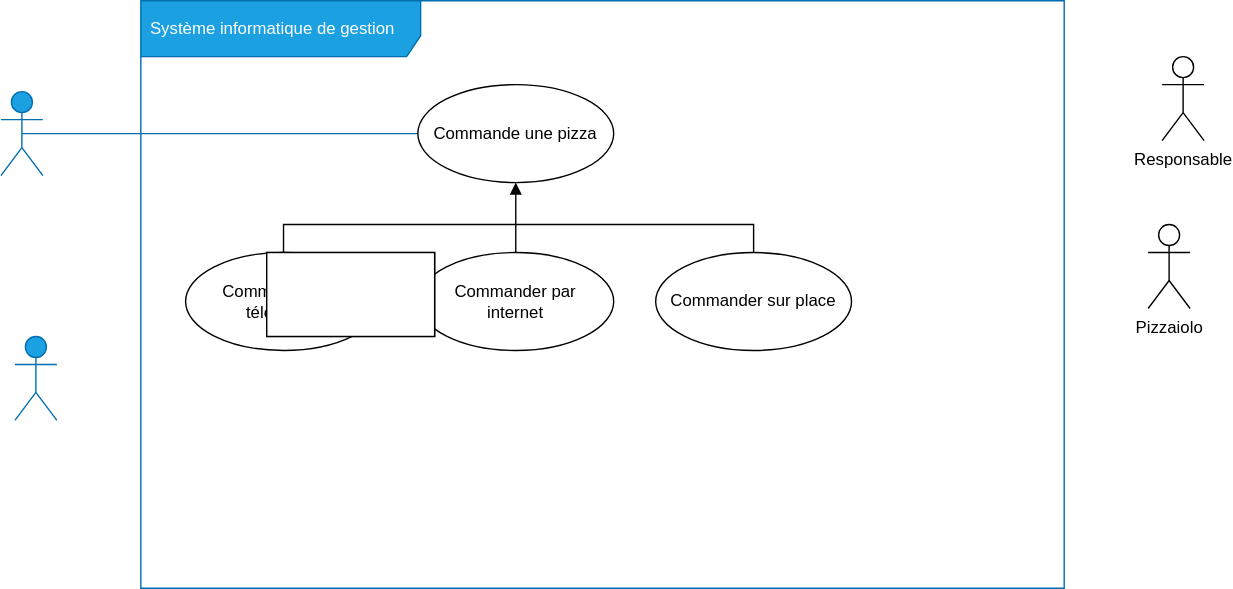
The draw.io diagram img/use-case-diagram.svg in centvingt/OCPizzaRedaction, before a commit. Source tidied: cells renumbered, new cells last; positions are measured from the earlier drawing's top-left corner, leaving out a move shared by most shapes.
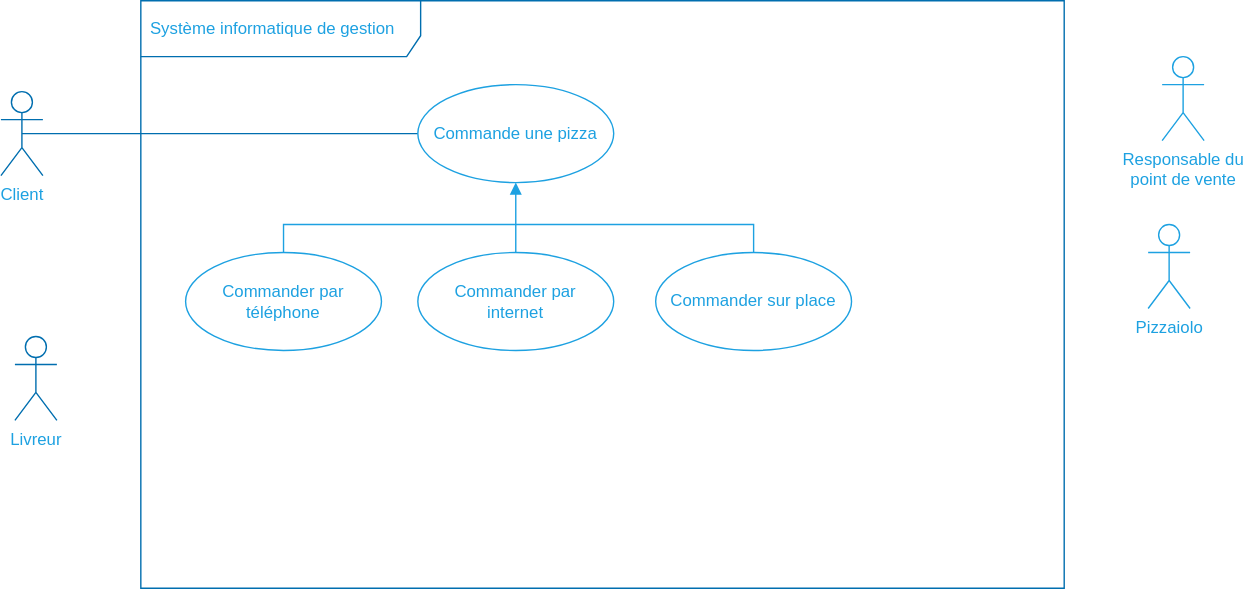
Later version of the same file.

Commit message:
Renommage des fichiers

Diff of the diagram source:
```diff
@@ -2,37 +2,37 @@
   <root>
     <mxCell id="0" />
     <mxCell id="1" parent="0" />
-    <mxCell id="2" value="Système informatique de gestion" style="shape=umlFrame;whiteSpace=wrap;html=1;width=200;height=40;boundedLbl=1;verticalAlign=middle;align=left;spacingLeft=5;fillColor=#1ba1e2;strokeColor=#006EAF;fontColor=#ffffff;" parent="1" vertex="1">
+    <mxCell id="2" value="&lt;font color=&quot;#1da1e1&quot;&gt;Système informatique de gestion&lt;/font&gt;" style="shape=umlFrame;whiteSpace=wrap;html=1;width=200;height=40;boundedLbl=1;verticalAlign=middle;align=left;spacingLeft=5;strokeColor=#006EAF;fontColor=#ffffff;fillColor=none;" parent="1" vertex="1">
       <mxGeometry x="100" width="660" height="420" as="geometry" />
     </mxCell>
-    <mxCell id="3" value="Responsable" style="shape=umlActor;verticalLabelPosition=bottom;verticalAlign=top;html=1;" parent="1" vertex="1">
+    <mxCell id="3" value="&lt;font color=&quot;#1da1e1&quot;&gt;Responsable du &lt;br&gt;point de vente&lt;br&gt;&lt;/font&gt;" style="shape=umlActor;verticalLabelPosition=bottom;verticalAlign=top;html=1;strokeColor=#1DA1E1;fillColor=none;" parent="1" vertex="1">
       <mxGeometry x="830" y="40" width="30" height="60" as="geometry" />
     </mxCell>
-    <mxCell id="4" value="Pizzaiolo" style="shape=umlActor;verticalLabelPosition=bottom;verticalAlign=top;html=1;" parent="1" vertex="1">
+    <mxCell id="4" value="&lt;font color=&quot;#1da1e1&quot;&gt;Pizzaiolo&lt;/font&gt;" style="shape=umlActor;verticalLabelPosition=bottom;verticalAlign=top;html=1;strokeColor=#1DA1E1;fillColor=none;" parent="1" vertex="1">
       <mxGeometry x="820" y="160" width="30" height="60" as="geometry" />
     </mxCell>
-    <mxCell id="5" value="Livreur" style="shape=umlActor;verticalLabelPosition=bottom;verticalAlign=top;html=1;fillColor=#1ba1e2;strokeColor=#006EAF;fontColor=#ffffff;" parent="1" vertex="1">
+    <mxCell id="5" value="&lt;font color=&quot;#1da1e1&quot;&gt;Livreur&lt;/font&gt;" style="shape=umlActor;verticalLabelPosition=bottom;verticalAlign=top;html=1;strokeColor=#006EAF;fontColor=#ffffff;fillColor=none;" parent="1" vertex="1">
       <mxGeometry x="10" y="240" width="30" height="60" as="geometry" />
     </mxCell>
     <mxCell id="6" style="edgeStyle=orthogonalEdgeStyle;rounded=0;jettySize=auto;html=1;exitX=0.5;exitY=0.5;exitDx=0;exitDy=0;exitPerimeter=0;endArrow=none;endFill=0;fillColor=#1ba1e2;strokeColor=#006EAF;" parent="1" edge="1" source="7" target="8">
       <mxGeometry relative="1" as="geometry" />
     </mxCell>
-    <mxCell id="7" value="Client" style="shape=umlActor;verticalLabelPosition=bottom;verticalAlign=top;html=1;fillColor=#1ba1e2;strokeColor=#006EAF;fontColor=#ffffff;" parent="1" vertex="1">
+    <mxCell id="7" value="&lt;font color=&quot;#1da1e1&quot;&gt;Client&lt;/font&gt;" style="shape=umlActor;verticalLabelPosition=bottom;verticalAlign=top;html=1;strokeColor=#006EAF;fontColor=#ffffff;fillColor=none;" parent="1" vertex="1">
       <mxGeometry y="65" width="30" height="60" as="geometry" />
     </mxCell>
-    <mxCell id="8" value="Commande une pizza" style="ellipse;whiteSpace=wrap;html=1;fillColor=none;" parent="1" vertex="1">
+    <mxCell id="8" value="&lt;font color=&quot;#1da1e1&quot;&gt;Commande une pizza&lt;/font&gt;" style="ellipse;whiteSpace=wrap;html=1;fillColor=none;strokeColor=#1DA1E1;" parent="1" vertex="1">
       <mxGeometry x="298" y="60" width="140" height="70" as="geometry" />
     </mxCell>
-    <mxCell id="9" value="Commander par téléphone" style="ellipse;whiteSpace=wrap;html=1;" parent="1" vertex="1">
+    <mxCell id="9" value="&lt;font color=&quot;#1da1e1&quot;&gt;Commander par téléphone&lt;/font&gt;" style="ellipse;whiteSpace=wrap;html=1;fillColor=none;strokeColor=#1DA1E1;" parent="1" vertex="1">
       <mxGeometry x="132" y="180" width="140" height="70" as="geometry" />
     </mxCell>
-    <mxCell id="10" style="edgeStyle=orthogonalEdgeStyle;rounded=0;jettySize=auto;html=1;endArrow=block;endFill=1;" parent="1" edge="1" source="11" target="8">
+    <mxCell id="10" style="edgeStyle=orthogonalEdgeStyle;rounded=0;jettySize=auto;html=1;endArrow=block;endFill=1;strokeColor=#1DA1E1;" parent="1" edge="1" source="11" target="8">
       <mxGeometry relative="1" as="geometry" />
     </mxCell>
-    <mxCell id="11" value="Commander par &lt;br&gt;internet" style="ellipse;whiteSpace=wrap;html=1;" parent="1" vertex="1">
+    <mxCell id="11" value="&lt;font color=&quot;#1da1e1&quot;&gt;Commander par &lt;br&gt;internet&lt;/font&gt;" style="ellipse;whiteSpace=wrap;html=1;fillColor=none;strokeColor=#1DA1E1;" parent="1" vertex="1">
       <mxGeometry x="298" y="180" width="140" height="70" as="geometry" />
     </mxCell>
-    <mxCell id="12" style="edgeStyle=orthogonalEdgeStyle;rounded=0;jettySize=auto;html=1;endArrow=none;endFill=0;" parent="1" edge="1" source="13" target="9">
+    <mxCell id="12" style="edgeStyle=orthogonalEdgeStyle;rounded=0;jettySize=auto;html=1;endArrow=none;endFill=0;strokeColor=#1DA1E1;" parent="1" edge="1" source="13" target="9">
       <mxGeometry relative="1" as="geometry">
         <Array as="points">
           <mxPoint x="538" y="160" />
@@ -40,14 +40,8 @@
         </Array>
       </mxGeometry>
     </mxCell>
-    <mxCell id="13" value="Commander sur place" style="ellipse;whiteSpace=wrap;html=1;" parent="1" vertex="1">
+    <mxCell id="13" value="&lt;font color=&quot;#1da1e1&quot;&gt;Commander sur place&lt;/font&gt;" style="ellipse;whiteSpace=wrap;html=1;fillColor=none;strokeColor=#1DA1E1;" parent="1" vertex="1">
       <mxGeometry x="468" y="180" width="140" height="70" as="geometry" />
     </mxCell>
-    <mxCell id="14" style="rounded=0;whiteSpace=wrap;html=1;" parent="1" vertex="1">
-      <mxGeometry x="190" y="180" width="120" height="60" as="geometry" />
-    </mxCell>
-    <mxCell id="15" style="rounded=0;whiteSpace=wrap;html=1;" parent="1" vertex="1">
-      <mxGeometry x="190" y="180" width="120" height="60" as="geometry" />
-    </mxCell>
   </root>
 </mxGraphModel>
```
